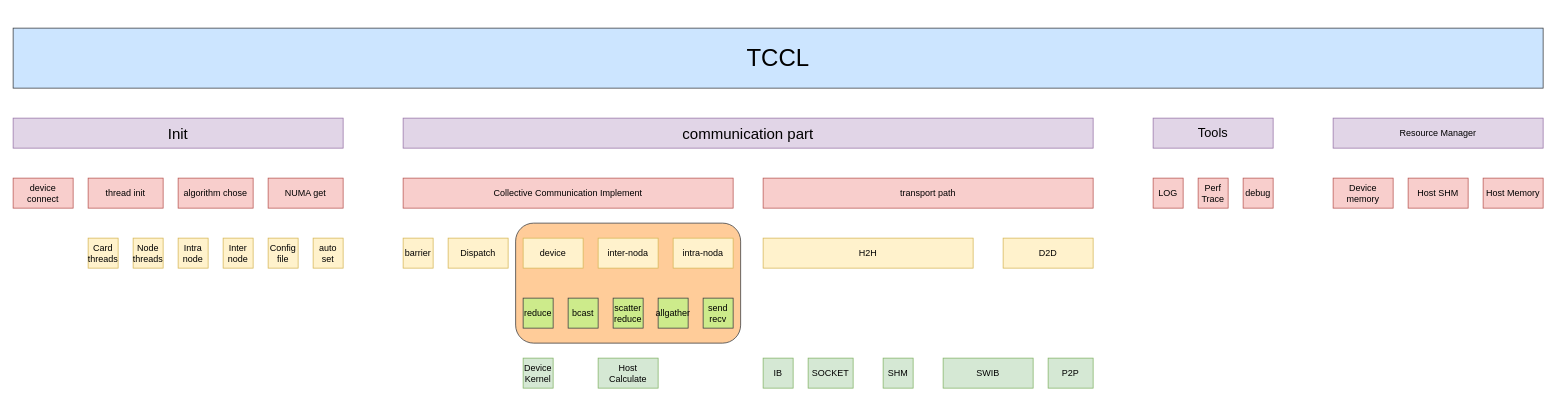
The draw.io diagram tccl_structure.drawio in BEYHHH/SBLP, before the edit. Source tidied: cells renumbered, new cells numbered last; positions are measured from the earlier drawing's top-left corner, leaving out a move shared by most shapes. Both pictures are drawn from the tidied source at 75%, with x=0, y=0 at pixel (13, 28).
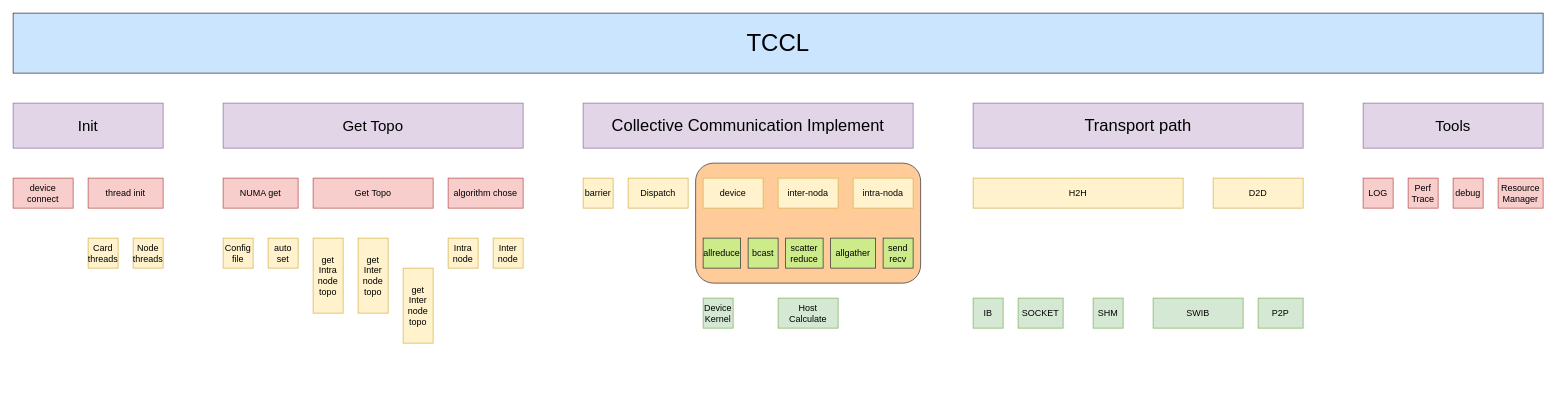
The same page after the edit.

Diff of the diagram source:
```diff
@@
     <mxCell id="2" style="rounded=1;whiteSpace=wrap;html=1;fillColor=#ffcc99;strokeColor=#36393d;" parent="1" vertex="1">
-      <mxGeometry x="670" y="260" width="300" height="160" as="geometry" />
+      <mxGeometry x="910" y="180" width="300" height="160" as="geometry" />
     </mxCell>
     <mxCell id="3" value="&lt;font style=&quot;font-size: 32px;&quot;&gt;TCCL&lt;/font&gt;" style="rounded=0;whiteSpace=wrap;html=1;fillColor=#cce5ff;strokeColor=#36393d;" parent="1" vertex="1">
-      <mxGeometry width="2040" height="80" as="geometry" />
+      <mxGeometry y="-20" width="2040" height="80" as="geometry" />
     </mxCell>
     <mxCell id="4" value="Init" style="rounded=0;whiteSpace=wrap;html=1;fillColor=#e1d5e7;strokeColor=#9673a6;fontSize=20;" parent="1" vertex="1">
-      <mxGeometry y="120" width="440" height="40" as="geometry" />
+      <mxGeometry y="100" width="200" height="60" as="geometry" />
     </mxCell>
-    <mxCell id="5" value="Tools" style="rounded=0;whiteSpace=wrap;html=1;fillColor=#e1d5e7;strokeColor=#9673a6;fontSize=17;" parent="1" vertex="1">
-      <mxGeometry x="1520" y="120" width="160" height="40" as="geometry" />
+    <mxCell id="5" value="Tools" style="rounded=0;whiteSpace=wrap;html=1;fillColor=#e1d5e7;strokeColor=#9673a6;fontSize=20;" parent="1" vertex="1">
+      <mxGeometry x="1800" y="100" width="240" height="60" as="geometry" />
     </mxCell>
-    <mxCell id="6" value="communication part" style="rounded=0;whiteSpace=wrap;html=1;fillColor=#e1d5e7;strokeColor=#9673a6;fontSize=20;" parent="1" vertex="1">
-      <mxGeometry x="520" y="120" width="920" height="40" as="geometry" />
-    </mxCell>
     <mxCell id="7" value="LOG" style="rounded=0;whiteSpace=wrap;html=1;fillColor=#f8cecc;strokeColor=#b85450;" parent="1" vertex="1">
-      <mxGeometry x="1520" y="200" width="40" height="40" as="geometry" />
+      <mxGeometry x="1800" y="200" width="40" height="40" as="geometry" />
     </mxCell>
     <mxCell id="8" value="Perf Trace" style="rounded=0;whiteSpace=wrap;html=1;fillColor=#f8cecc;strokeColor=#b85450;" parent="1" vertex="1">
-      <mxGeometry x="1580" y="200" width="40" height="40" as="geometry" />
+      <mxGeometry x="1860" y="200" width="40" height="40" as="geometry" />
     </mxCell>
-    <mxCell id="9" value="transport path" style="rounded=0;whiteSpace=wrap;html=1;fillColor=#f8cecc;strokeColor=#b85450;" parent="1" vertex="1">
-      <mxGeometry x="1000" y="200" width="440" height="40" as="geometry" />
+    <mxCell id="9" value="&lt;font style=&quot;font-size: 22px;&quot;&gt;Transport path&lt;/font&gt;" style="rounded=0;whiteSpace=wrap;html=1;fillColor=#e1d5e7;strokeColor=#9673a6;fontSize=21;" parent="1" vertex="1">
+      <mxGeometry x="1280" y="100" width="440" height="60" as="geometry" />
     </mxCell>
     <mxCell id="10" value="Dispatch" style="rounded=0;whiteSpace=wrap;html=1;fillColor=#fff2cc;strokeColor=#d6b656;" parent="1" vertex="1">
-      <mxGeometry x="580" y="280" width="80" height="40" as="geometry" />
+      <mxGeometry x="820" y="200" width="80" height="40" as="geometry" />
     </mxCell>
     <mxCell id="11" value="device" style="rounded=0;whiteSpace=wrap;html=1;fillColor=#fff2cc;strokeColor=#d6b656;" parent="1" vertex="1">
-      <mxGeometry x="680" y="280" width="80" height="40" as="geometry" />
+      <mxGeometry x="920" y="200" width="80" height="40" as="geometry" />
     </mxCell>
     <mxCell id="12" value="intra-noda" style="rounded=0;whiteSpace=wrap;html=1;fillColor=#fff2cc;strokeColor=#d6b656;" parent="1" vertex="1">
-      <mxGeometry x="880" y="280" width="80" height="40" as="geometry" />
+      <mxGeometry x="1120" y="200" width="80" height="40" as="geometry" />
     </mxCell>
-    <mxCell id="13" value="Collective Communication Implement" style="rounded=0;whiteSpace=wrap;html=1;fillColor=#f8cecc;strokeColor=#b85450;" parent="1" vertex="1">
-      <mxGeometry x="520" y="200" width="440" height="40" as="geometry" />
+    <mxCell id="13" value="&lt;font style=&quot;font-size: 22px;&quot;&gt;Collective Communication Implement&lt;/font&gt;" style="rounded=0;whiteSpace=wrap;html=1;fillColor=#e1d5e7;strokeColor=#9673a6;" parent="1" vertex="1">
+      <mxGeometry x="760" y="100" width="440" height="60" as="geometry" />
     </mxCell>
     <mxCell id="14" value="H2H" style="rounded=0;whiteSpace=wrap;html=1;fillColor=#fff2cc;strokeColor=#d6b656;" parent="1" vertex="1">
-      <mxGeometry x="1000" y="280" width="280" height="40" as="geometry" />
+      <mxGeometry x="1280" y="200" width="280" height="40" as="geometry" />
     </mxCell>
     <mxCell id="15" value="D2D" style="rounded=0;whiteSpace=wrap;html=1;fillColor=#fff2cc;strokeColor=#d6b656;" parent="1" vertex="1">
-      <mxGeometry x="1320" y="280" width="120" height="40" as="geometry" />
+      <mxGeometry x="1600" y="200" width="120" height="40" as="geometry" />
     </mxCell>
     <mxCell id="16" value="IB" style="rounded=0;whiteSpace=wrap;html=1;fillColor=#d5e8d4;strokeColor=#82b366;" parent="1" vertex="1">
-      <mxGeometry x="1000" y="440" width="40" height="40" as="geometry" />
+      <mxGeometry x="1280" y="360" width="40" height="40" as="geometry" />
     </mxCell>
     <mxCell id="17" value="SOCKET" style="rounded=0;whiteSpace=wrap;html=1;fillColor=#d5e8d4;strokeColor=#82b366;" parent="1" vertex="1">
-      <mxGeometry x="1060" y="440" width="60" height="40" as="geometry" />
+      <mxGeometry x="1340" y="360" width="60" height="40" as="geometry" />
     </mxCell>
     <mxCell id="18" value="SWIB" style="rounded=0;whiteSpace=wrap;html=1;fillColor=#d5e8d4;strokeColor=#82b366;" parent="1" vertex="1">
-      <mxGeometry x="1240" y="440" width="120" height="40" as="geometry" />
+      <mxGeometry x="1520" y="360" width="120" height="40" as="geometry" />
     </mxCell>
     <mxCell id="19" value="P2P" style="rounded=0;whiteSpace=wrap;html=1;fillColor=#d5e8d4;strokeColor=#82b366;" parent="1" vertex="1">
-      <mxGeometry x="1380" y="440" width="60" height="40" as="geometry" />
+      <mxGeometry x="1660" y="360" width="60" height="40" as="geometry" />
     </mxCell>
     <mxCell id="20" value="SHM" style="rounded=0;whiteSpace=wrap;html=1;fillColor=#d5e8d4;strokeColor=#82b366;" parent="1" vertex="1">
-      <mxGeometry x="1160" y="440" width="40" height="40" as="geometry" />
+      <mxGeometry x="1440" y="360" width="40" height="40" as="geometry" />
     </mxCell>
     <mxCell id="21" value="inter-noda" style="rounded=0;whiteSpace=wrap;html=1;fillColor=#fff2cc;strokeColor=#d6b656;" parent="1" vertex="1">
-      <mxGeometry x="780" y="280" width="80" height="40" as="geometry" />
+      <mxGeometry x="1020" y="200" width="80" height="40" as="geometry" />
     </mxCell>
-    <mxCell id="22" value="Resource Manager" style="rounded=0;whiteSpace=wrap;html=1;fillColor=#e1d5e7;strokeColor=#9673a6;" parent="1" vertex="1">
-      <mxGeometry x="1760" y="120" width="280" height="40" as="geometry" />
+    <mxCell id="22" value="Resource Manager" style="rounded=0;whiteSpace=wrap;html=1;fillColor=#f8cecc;strokeColor=#b85450;" parent="1" vertex="1">
+      <mxGeometry x="1980" y="200" width="60" height="40" as="geometry" />
     </mxCell>
-    <mxCell id="23" value="Device memory" style="rounded=0;whiteSpace=wrap;html=1;fillColor=#f8cecc;strokeColor=#b85450;" parent="1" vertex="1">
-      <mxGeometry x="1760" y="200" width="80" height="40" as="geometry" />
-    </mxCell>
-    <mxCell id="24" value="Host SHM" style="rounded=0;whiteSpace=wrap;html=1;fillColor=#f8cecc;strokeColor=#b85450;" parent="1" vertex="1">
-      <mxGeometry x="1860" y="200" width="80" height="40" as="geometry" />
-    </mxCell>
-    <mxCell id="25" value="Host Memory" style="rounded=0;whiteSpace=wrap;html=1;fillColor=#f8cecc;strokeColor=#b85450;" parent="1" vertex="1">
-      <mxGeometry x="1960" y="200" width="80" height="40" as="geometry" />
-    </mxCell>
     <mxCell id="26" value="debug" style="rounded=0;whiteSpace=wrap;html=1;fillColor=#f8cecc;strokeColor=#b85450;" parent="1" vertex="1">
-      <mxGeometry x="1640" y="200" width="40" height="40" as="geometry" />
+      <mxGeometry x="1920" y="200" width="40" height="40" as="geometry" />
     </mxCell>
-    <mxCell id="27" value="reduce" style="rounded=0;whiteSpace=wrap;html=1;fillColor=#cdeb8b;strokeColor=#36393d;" parent="1" vertex="1">
-      <mxGeometry x="680" y="360" width="40" height="40" as="geometry" />
+    <mxCell id="27" value="allreduce" style="rounded=0;whiteSpace=wrap;html=1;fillColor=#cdeb8b;strokeColor=#36393d;" parent="1" vertex="1">
+      <mxGeometry x="920" y="280" width="50" height="40" as="geometry" />
     </mxCell>
     <mxCell id="28" value="bcast" style="rounded=0;whiteSpace=wrap;html=1;fillColor=#cdeb8b;strokeColor=#36393d;" parent="1" vertex="1">
-      <mxGeometry x="740" y="360" width="40" height="40" as="geometry" />
+      <mxGeometry x="980" y="280" width="40" height="40" as="geometry" />
     </mxCell>
     <mxCell id="29" value="scatter&lt;br&gt;reduce" style="rounded=0;whiteSpace=wrap;html=1;fillColor=#cdeb8b;strokeColor=#36393d;" parent="1" vertex="1">
-      <mxGeometry x="800" y="360" width="40" height="40" as="geometry" />
+      <mxGeometry x="1030" y="280" width="50" height="40" as="geometry" />
     </mxCell>
     <mxCell id="30" value="allgather" style="rounded=0;whiteSpace=wrap;html=1;fillColor=#cdeb8b;strokeColor=#36393d;" parent="1" vertex="1">
-      <mxGeometry x="860" y="360" width="40" height="40" as="geometry" />
+      <mxGeometry x="1090" y="280" width="60" height="40" as="geometry" />
     </mxCell>
     <mxCell id="31" value="send&lt;br&gt;recv" style="rounded=0;whiteSpace=wrap;html=1;fillColor=#cdeb8b;strokeColor=#36393d;" parent="1" vertex="1">
-      <mxGeometry x="920" y="360" width="40" height="40" as="geometry" />
+      <mxGeometry x="1160" y="280" width="40" height="40" as="geometry" />
     </mxCell>
     <mxCell id="32" value="barrier" style="rounded=0;whiteSpace=wrap;html=1;fillColor=#fff2cc;strokeColor=#d6b656;" parent="1" vertex="1">
-      <mxGeometry x="520" y="280" width="40" height="40" as="geometry" />
+      <mxGeometry x="760" y="200" width="40" height="40" as="geometry" />
     </mxCell>
     <mxCell id="33" value="Device&lt;br&gt;Kernel" style="rounded=0;whiteSpace=wrap;html=1;fillColor=#d5e8d4;strokeColor=#82b366;" parent="1" vertex="1">
-      <mxGeometry x="680" y="440" width="40" height="40" as="geometry" />
+      <mxGeometry x="920" y="360" width="40" height="40" as="geometry" />
     </mxCell>
     <mxCell id="34" value="Host&lt;br&gt;Calculate" style="rounded=0;whiteSpace=wrap;html=1;fillColor=#d5e8d4;strokeColor=#82b366;" parent="1" vertex="1">
-      <mxGeometry x="780" y="440" width="80" height="40" as="geometry" />
+      <mxGeometry x="1020" y="360" width="80" height="40" as="geometry" />
     </mxCell>
@@
     <mxCell id="36" value="algorithm chose" style="rounded=0;whiteSpace=wrap;html=1;fillColor=#f8cecc;strokeColor=#b85450;" parent="1" vertex="1">
-      <mxGeometry x="220" y="200" width="100" height="40" as="geometry" />
+      <mxGeometry x="580" y="200" width="100" height="40" as="geometry" />
     </mxCell>
@@
     <mxCell id="39" value="Intra&lt;br&gt;node" style="rounded=0;whiteSpace=wrap;html=1;fillColor=#fff2cc;strokeColor=#d6b656;" parent="1" vertex="1">
-      <mxGeometry x="220" y="280" width="40" height="40" as="geometry" />
+      <mxGeometry x="580" y="280" width="40" height="40" as="geometry" />
     </mxCell>
     <mxCell id="40" value="Inter&lt;br&gt;node" style="rounded=0;whiteSpace=wrap;html=1;fillColor=#fff2cc;strokeColor=#d6b656;" parent="1" vertex="1">
-      <mxGeometry x="280" y="280" width="40" height="40" as="geometry" />
+      <mxGeometry x="640" y="280" width="40" height="40" as="geometry" />
     </mxCell>
     <mxCell id="41" value="NUMA get" style="rounded=0;whiteSpace=wrap;html=1;fillColor=#f8cecc;strokeColor=#b85450;" parent="1" vertex="1">
-      <mxGeometry x="340" y="200" width="100" height="40" as="geometry" />
+      <mxGeometry x="280" y="200" width="100" height="40" as="geometry" />
     </mxCell>
     <mxCell id="42" value="Config&lt;br&gt;file" style="rounded=0;whiteSpace=wrap;html=1;fillColor=#fff2cc;strokeColor=#d6b656;" parent="1" vertex="1">
-      <mxGeometry x="340" y="280" width="40" height="40" as="geometry" />
+      <mxGeometry x="280" y="280" width="40" height="40" as="geometry" />
     </mxCell>
     <mxCell id="43" value="auto&lt;br&gt;set" style="rounded=0;whiteSpace=wrap;html=1;fillColor=#fff2cc;strokeColor=#d6b656;" parent="1" vertex="1">
-      <mxGeometry x="400" y="280" width="40" height="40" as="geometry" />
+      <mxGeometry x="340" y="280" width="40" height="40" as="geometry" />
     </mxCell>
@@
+    <mxCell id="45" value="Get Topo" style="rounded=0;whiteSpace=wrap;html=1;fillColor=#e1d5e7;strokeColor=#9673a6;fontSize=20;" parent="1" vertex="1">
+      <mxGeometry x="280" y="100" width="400" height="60" as="geometry" />
+    </mxCell>
+    <mxCell id="46" value="Get Topo" style="rounded=0;whiteSpace=wrap;html=1;fillColor=#f8cecc;strokeColor=#b85450;" parent="1" vertex="1">
+      <mxGeometry x="400" y="200" width="160" height="40" as="geometry" />
+    </mxCell>
+    <mxCell id="47" value="get&lt;br&gt;Intra&lt;br&gt;node&lt;br&gt;topo" style="rounded=0;whiteSpace=wrap;html=1;fillColor=#fff2cc;strokeColor=#d6b656;" parent="1" vertex="1">
+      <mxGeometry x="400" y="280" width="40" height="100" as="geometry" />
+    </mxCell>
+    <mxCell id="48" value="get&lt;br&gt;Inter&lt;br&gt;node&lt;br&gt;topo" style="rounded=0;whiteSpace=wrap;html=1;fillColor=#fff2cc;strokeColor=#d6b656;" parent="1" vertex="1">
+      <mxGeometry x="460" y="280" width="40" height="100" as="geometry" />
+    </mxCell>
+    <mxCell id="49" value="get&lt;br&gt;Inter&lt;br&gt;node&lt;br&gt;topo" style="rounded=0;whiteSpace=wrap;html=1;fillColor=#fff2cc;strokeColor=#d6b656;" parent="1" vertex="1">
+      <mxGeometry x="520" y="320" width="40" height="100" as="geometry" />
+    </mxCell>
```
